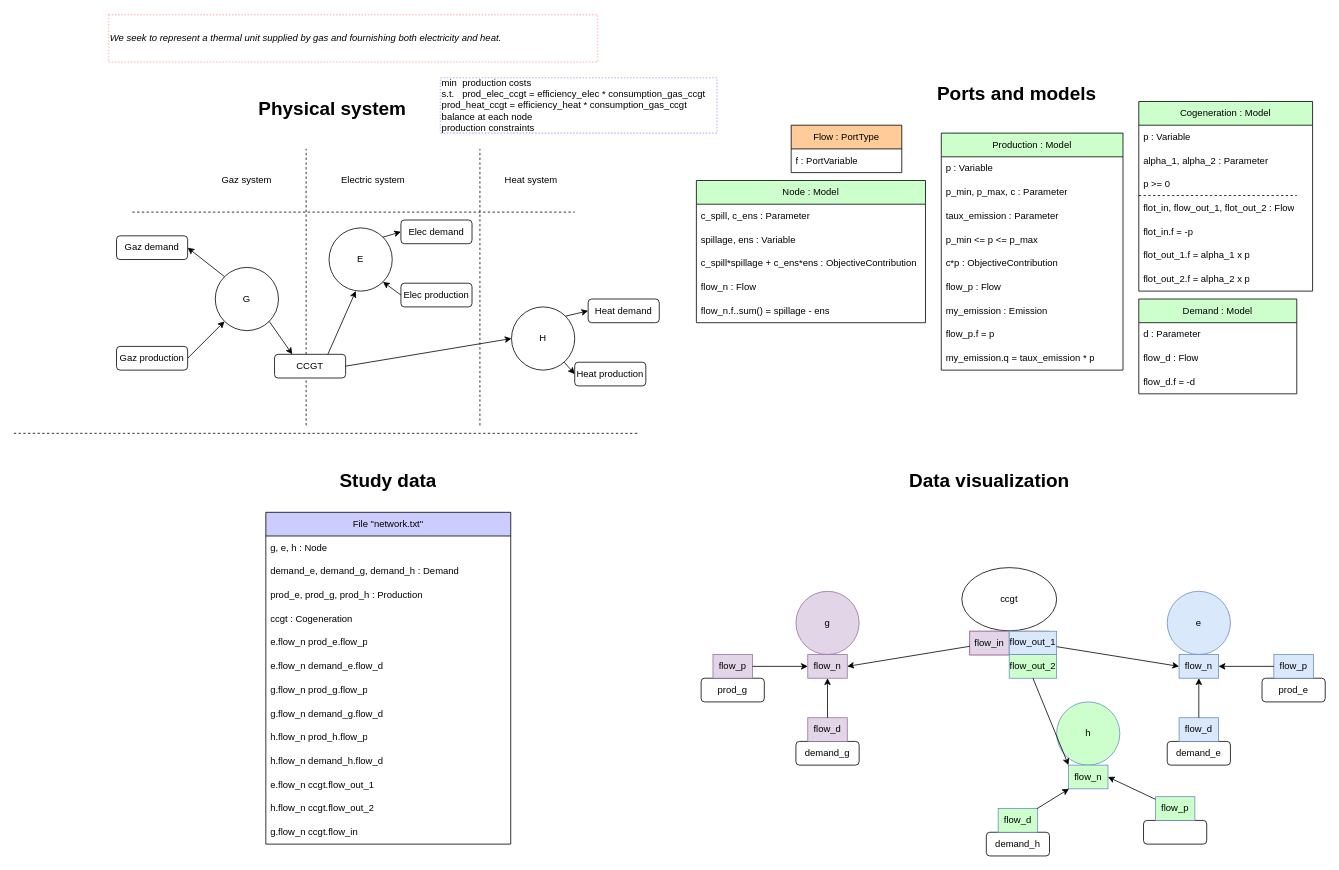
This is models-design/systems/cogeneration.drawio from AntaresSimulatorTeam/andromede-modeling-prototype, a draw.io file, before an edit. Source tidied: cells renumbered, new cells numbered last; positions are measured from the earlier drawing's top-left corner, leaving out a move shared by most shapes. Both pictures are drawn from the tidied source at 79%, with x=0, y=0 at pixel (13, 14).
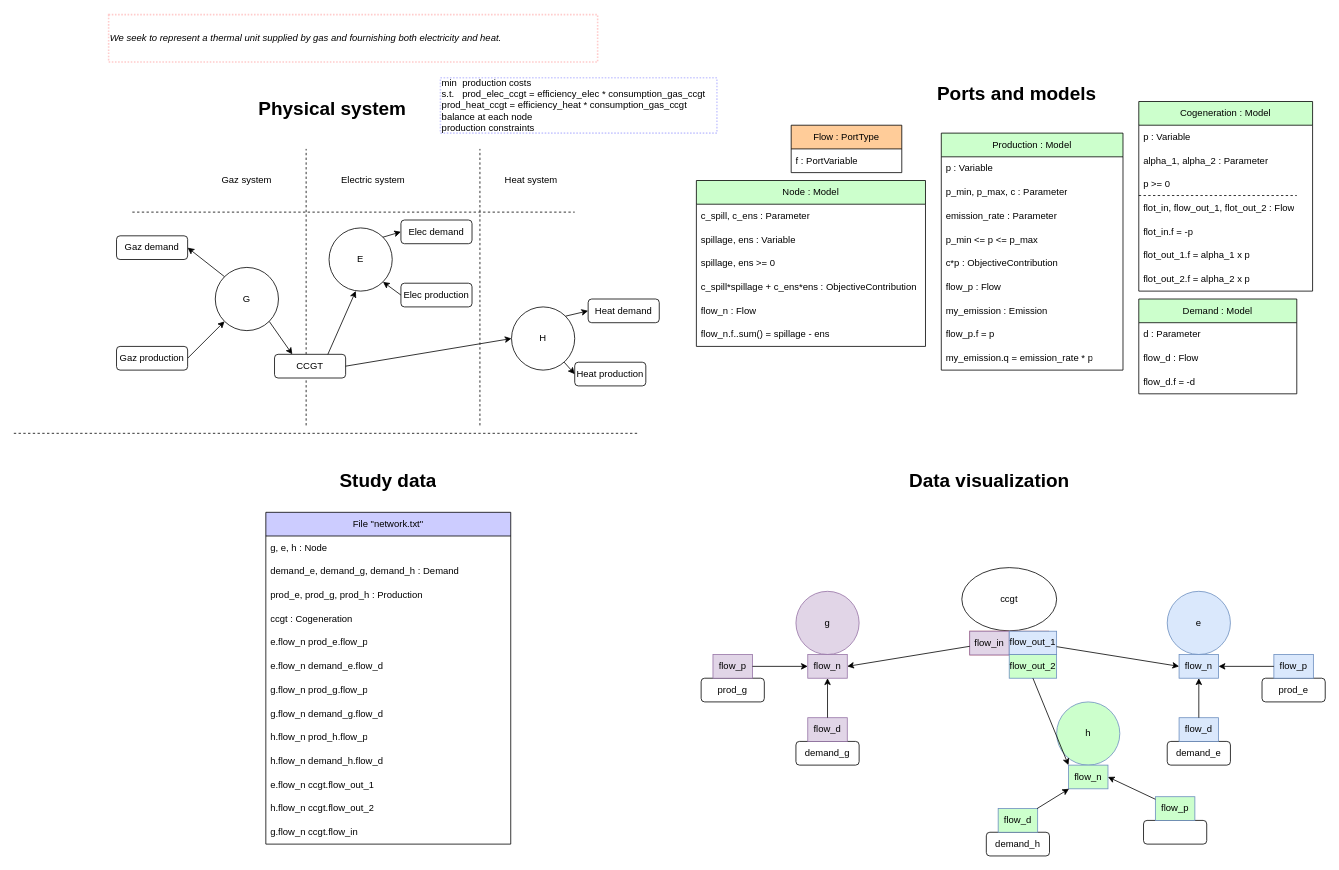
After the change.

Commit message (it also covers changes not shown here):
Specify ens,spill sign and translate emission rate

The change refers to these unchanged cells:
```xml
<mxCell id="18" style="group;" parent="1" vertex="1">
  <mxGeometry x="934" y="80" width="710" height="460" as="geometry" />
</mxCell>
<mxCell id="41" value="Production : Model" style="swimlane;fontStyle=0;horizontal=1;startSize=30;whiteSpace=wrap;html=1;fillColor=#CCFFCC;fontColor=#000000;" parent="18" vertex="1">
  <mxGeometry x="240" y="70" width="230" height="300" as="geometry" />
</mxCell>
```

The edit, as a diff of the source:
```diff
@@
     <mxCell id="22" value="Node : Model" style="swimlane;fontStyle=0;horizontal=1;startSize=30;whiteSpace=wrap;html=1;fillColor=#CCFFCC;fontColor=#000000;" parent="18" vertex="1">
-      <mxGeometry x="-70" y="130" width="290" height="180" as="geometry" />
+      <mxGeometry x="-70" y="130" width="290" height="210" as="geometry" />
     </mxCell>
@@
+    <mxCell id="123" value="spillage, ens &amp;gt;= 0" style="text;strokeColor=none;fillColor=none;align=left;verticalAlign=middle;spacingLeft=4;spacingRight=4;overflow=hidden;whiteSpace=wrap;html=1;" parent="22" vertex="1">
+      <mxGeometry y="90" width="290" height="30" as="geometry" />
+    </mxCell>
     <mxCell id="25" value="c_spill*spillage + c_ens*ens : ObjectiveContribution" style="text;strokeColor=none;fillColor=none;align=left;verticalAlign=middle;spacingLeft=4;spacingRight=4;overflow=hidden;whiteSpace=wrap;html=1;" parent="22" vertex="1">
-      <mxGeometry y="90" width="290" height="30" as="geometry" />
+      <mxGeometry y="120" width="290" height="30" as="geometry" />
     </mxCell>
     <mxCell id="26" value="flow_n : Flow" style="text;strokeColor=none;fillColor=none;align=left;verticalAlign=middle;spacingLeft=4;spacingRight=4;overflow=hidden;whiteSpace=wrap;html=1;" parent="22" vertex="1">
-      <mxGeometry y="120" width="290" height="30" as="geometry" />
+      <mxGeometry y="150" width="290" height="30" as="geometry" />
     </mxCell>
     <mxCell id="27" value="flow_n.f..sum() = spillage - ens" style="text;strokeColor=none;fillColor=none;align=left;verticalAlign=middle;spacingLeft=4;spacingRight=4;overflow=hidden;whiteSpace=wrap;html=1;" parent="22" vertex="1">
-      <mxGeometry y="150" width="290" height="30" as="geometry" />
+      <mxGeometry y="180" width="290" height="30" as="geometry" />
     </mxCell>
@@
-    <mxCell id="44" value="taux_emission : Parameter" style="text;strokeColor=none;fillColor=none;align=left;verticalAlign=middle;spacingLeft=4;spacingRight=4;overflow=hidden;whiteSpace=wrap;html=1;" parent="41" vertex="1">
+    <mxCell id="44" value="emission_rate : Parameter" style="text;strokeColor=none;fillColor=none;align=left;verticalAlign=middle;spacingLeft=4;spacingRight=4;overflow=hidden;whiteSpace=wrap;html=1;" parent="41" vertex="1">
       <mxGeometry y="90" width="230" height="30" as="geometry" />
     </mxCell>
@@
-    <mxCell id="50" value="my_emission.q = taux_emission * p" style="text;strokeColor=none;fillColor=none;align=left;verticalAlign=middle;spacingLeft=4;spacingRight=4;overflow=hidden;whiteSpace=wrap;html=1;" parent="41" vertex="1">
+    <mxCell id="50" value="my_emission.q = emission_rate * p" style="text;strokeColor=none;fillColor=none;align=left;verticalAlign=middle;spacingLeft=4;spacingRight=4;overflow=hidden;whiteSpace=wrap;html=1;" parent="41" vertex="1">
       <mxGeometry y="270" width="230" height="30" as="geometry" />
     </mxCell>
```
